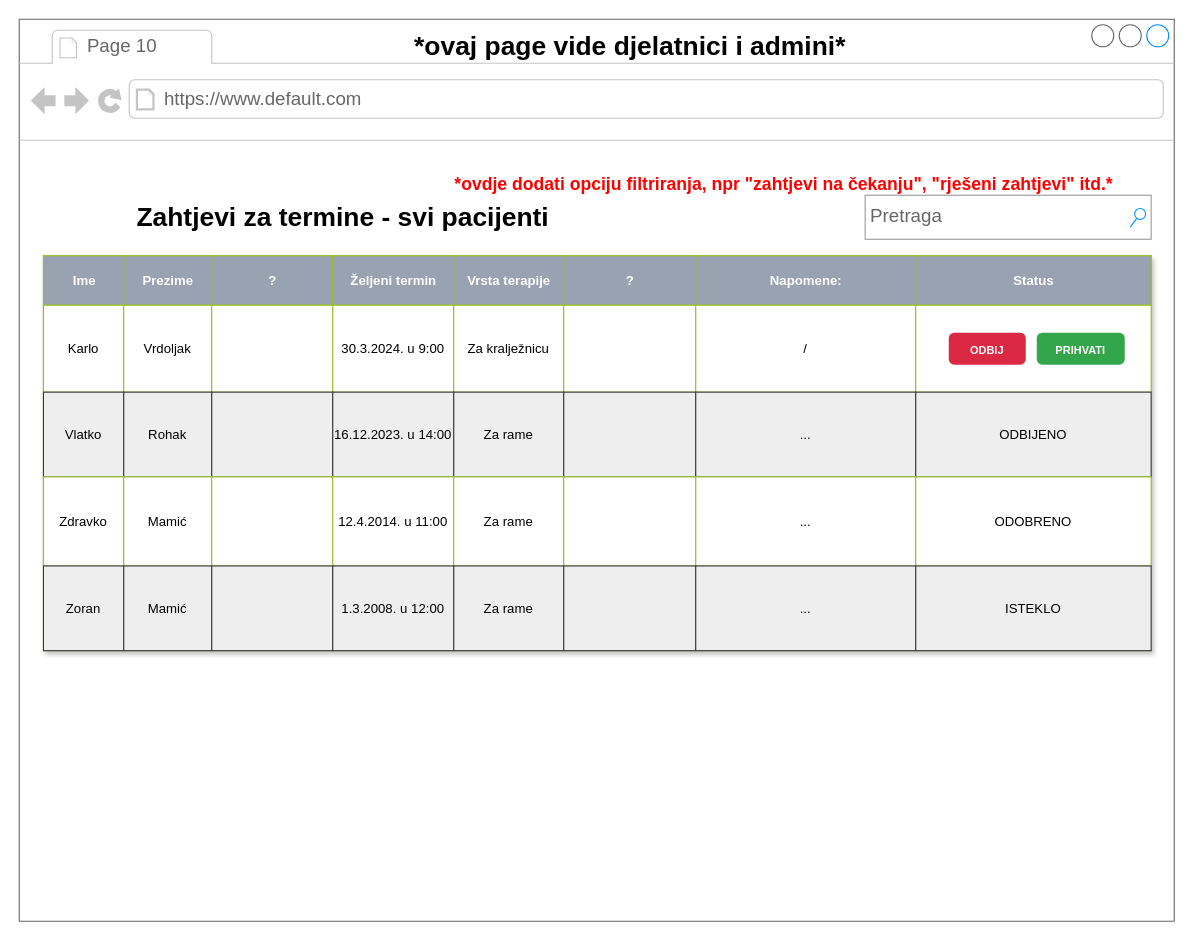
Before: page "Page 10" (10 of 17) of Dokumentacija/UI Dizajn/MedicinskaRehabilitacija.drawio in EmaBadurina1/Proginator, a draw.io diagram. Source tidied: cells renumbered, new cells numbered last; positions are measured from the earlier drawing's top-left corner, leaving out a move shared by most shapes. Both pictures are drawn from the tidied source at 110%, with x=0, y=0 at pixel (19, 19).
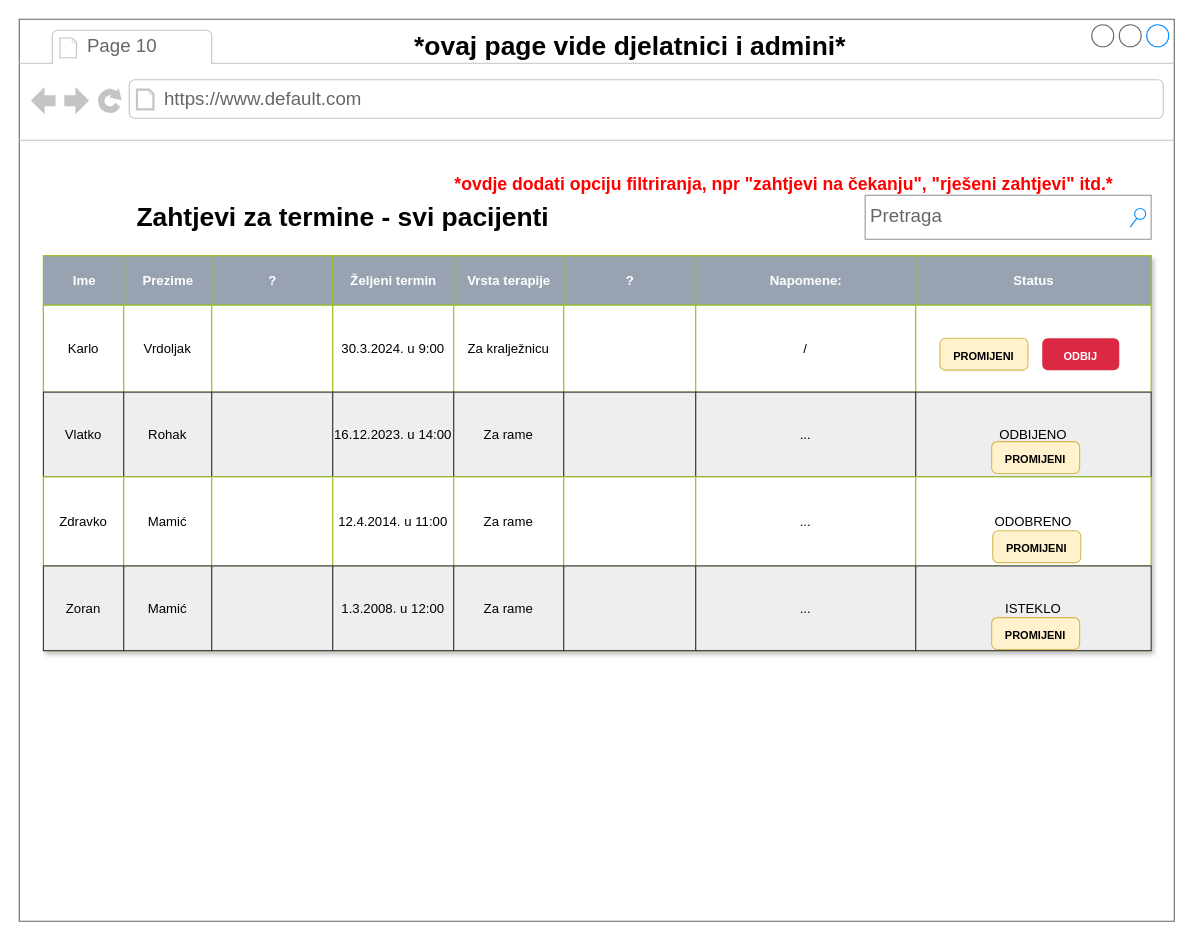
The same diagram, later.

What changed in the source:
```diff
@@
-    <mxCell id="54" value="&lt;p style=&quot;line-height: 100%;&quot;&gt;&lt;font style=&quot;font-size: 10px;&quot;&gt;&lt;b&gt;PRIHVATI&lt;/b&gt;&lt;/font&gt;&lt;/p&gt;" style="html=1;shadow=0;dashed=0;shape=mxgraph.bootstrap.rrect;rSize=5;strokeColor=none;strokeWidth=1;fillColor=#33A64C;fontColor=#FFFFFF;whiteSpace=wrap;align=center;verticalAlign=middle;spacingLeft=0;fontStyle=0;fontSize=16;spacing=5;" parent="1" vertex="1">
-      <mxGeometry x="925" y="285" width="80" height="29" as="geometry" />
+    <mxCell id="54" value="&lt;p style=&quot;line-height: 100%;&quot;&gt;&lt;font style=&quot;font-size: 10px;&quot;&gt;&lt;b&gt;PROMIJENI&lt;/b&gt;&lt;/font&gt;&lt;/p&gt;" style="html=1;shadow=0;dashed=0;shape=mxgraph.bootstrap.rrect;rSize=5;strokeColor=#d6b656;strokeWidth=1;fillColor=#fff2cc;whiteSpace=wrap;align=center;verticalAlign=middle;spacingLeft=0;fontStyle=0;fontSize=16;spacing=5;" parent="1" vertex="1">
+      <mxGeometry x="837" y="290" width="80" height="29" as="geometry" />
     </mxCell>
     <mxCell id="55" value="&lt;p style=&quot;line-height: 100%;&quot;&gt;&lt;font style=&quot;font-size: 10px;&quot;&gt;&lt;b&gt;ODBIJ&lt;/b&gt;&lt;/font&gt;&lt;/p&gt;" style="html=1;shadow=0;dashed=0;shape=mxgraph.bootstrap.rrect;rSize=5;strokeColor=none;strokeWidth=1;fillColor=#DB2843;fontColor=#FFFFFF;whiteSpace=wrap;align=center;verticalAlign=middle;spacingLeft=0;fontStyle=0;fontSize=16;spacing=5;" parent="1" vertex="1">
-      <mxGeometry x="845" y="285" width="70" height="29" as="geometry" />
+      <mxGeometry x="930" y="290" width="70" height="29" as="geometry" />
     </mxCell>
@@
+    <mxCell id="57" value="&lt;p style=&quot;line-height: 100%;&quot;&gt;&lt;font style=&quot;font-size: 10px;&quot;&gt;&lt;b&gt;PROMIJENI&lt;/b&gt;&lt;/font&gt;&lt;/p&gt;" style="html=1;shadow=0;dashed=0;shape=mxgraph.bootstrap.rrect;rSize=5;strokeColor=#d6b656;strokeWidth=1;fillColor=#fff2cc;whiteSpace=wrap;align=center;verticalAlign=middle;spacingLeft=0;fontStyle=0;fontSize=16;spacing=5;" parent="1" vertex="1">
+      <mxGeometry x="885" y="465" width="80" height="29" as="geometry" />
+    </mxCell>
+    <mxCell id="58" value="&lt;p style=&quot;line-height: 100%;&quot;&gt;&lt;font style=&quot;font-size: 10px;&quot;&gt;&lt;b&gt;PROMIJENI&lt;/b&gt;&lt;/font&gt;&lt;/p&gt;" style="html=1;shadow=0;dashed=0;shape=mxgraph.bootstrap.rrect;rSize=5;strokeColor=#d6b656;strokeWidth=1;fillColor=#fff2cc;whiteSpace=wrap;align=center;verticalAlign=middle;spacingLeft=0;fontStyle=0;fontSize=16;spacing=5;" parent="1" vertex="1">
+      <mxGeometry x="884" y="384" width="80" height="29" as="geometry" />
+    </mxCell>
+    <mxCell id="59" value="&lt;p style=&quot;line-height: 100%;&quot;&gt;&lt;font style=&quot;font-size: 10px;&quot;&gt;&lt;b&gt;PROMIJENI&lt;/b&gt;&lt;/font&gt;&lt;/p&gt;" style="html=1;shadow=0;dashed=0;shape=mxgraph.bootstrap.rrect;rSize=5;strokeColor=#d6b656;strokeWidth=1;fillColor=#fff2cc;whiteSpace=wrap;align=center;verticalAlign=middle;spacingLeft=0;fontStyle=0;fontSize=16;spacing=5;" parent="1" vertex="1">
+      <mxGeometry x="884" y="544" width="80" height="29" as="geometry" />
+    </mxCell>
```
